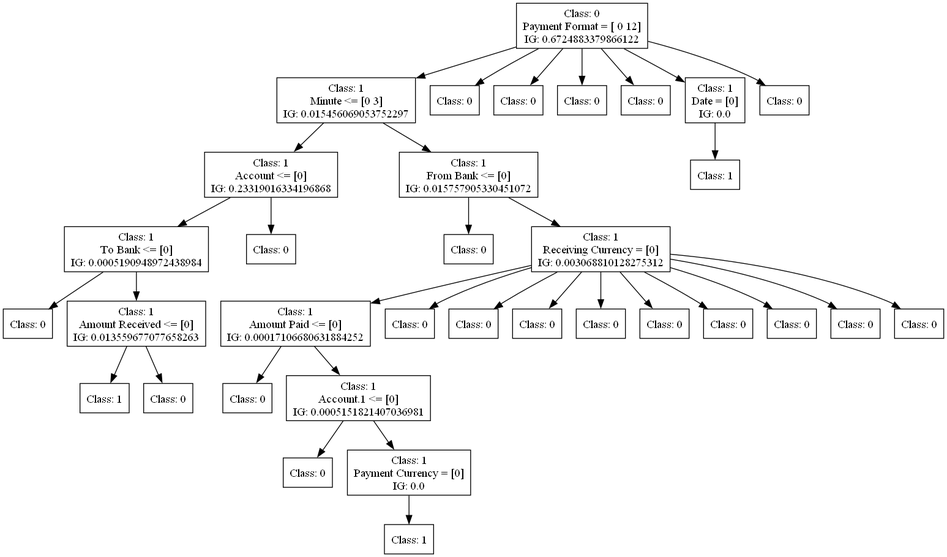
Earlier version of the Graphviz export dot_figs/tree-id3-oversampling-2.png (FedericoBruzzone/anti-money-laundering). Its source is kept beside it as dot_figs/tree-id3-oversampling-2.dot.
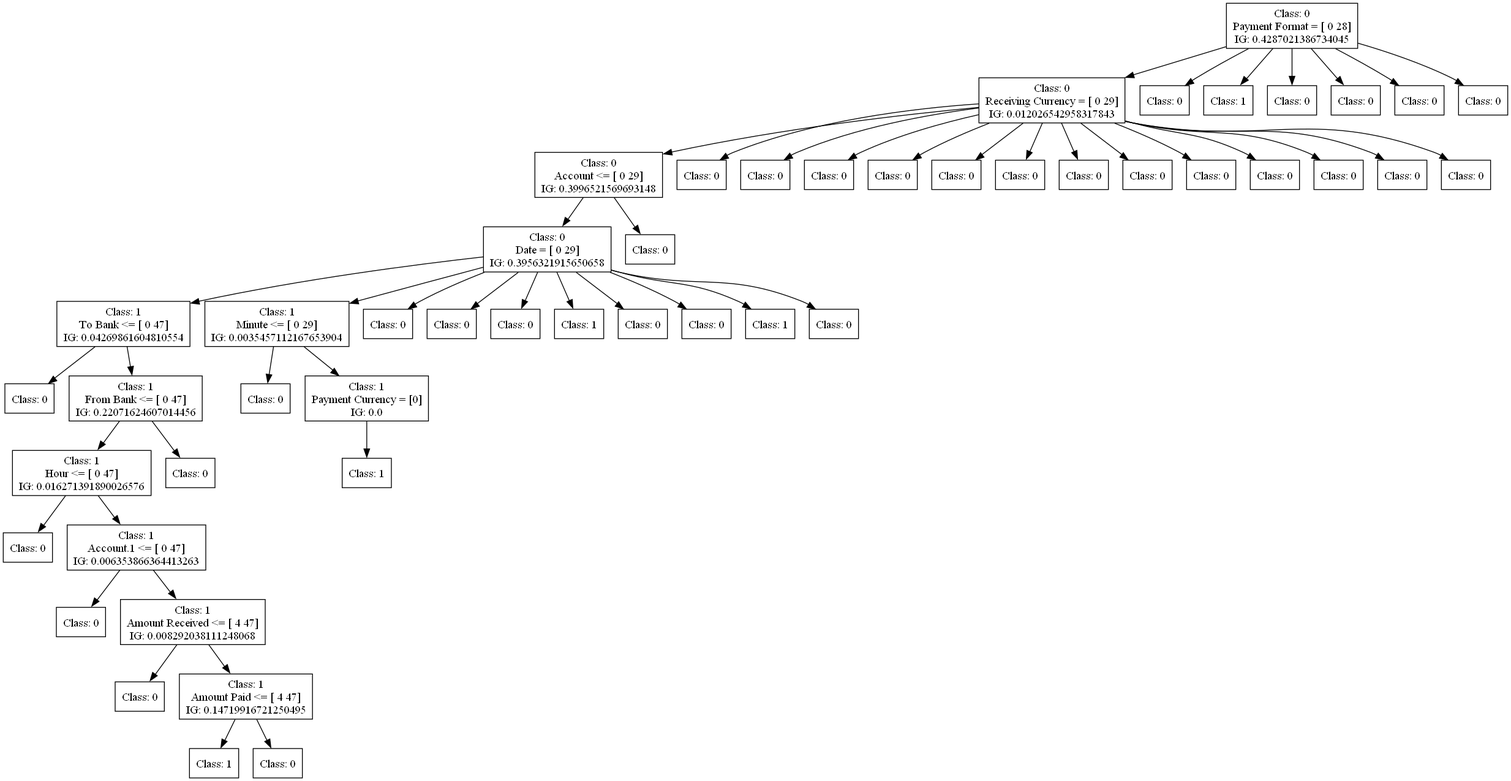
After the commit.

Change to the diagram source:
```diff
@@ -1,116 +1,162 @@
 digraph DecisionTree {
 	rankdir=TD;
 	node [shape=box];
-	2150827642016 [label="Class: 0
-Payment Format = [ 0 12]
-IG: 0.6724883379866122"];
-	2150864722704 [label="Class: 1
-Minute <= [0 3]
-IG: 0.015456069053752297"];
-	2150827642016 -> 2150864722704;
-	2150864731968 [label="Class: 1
-Account <= [0]
-IG: 0.23319016334196868"];
-	2150864722704 -> 2150864731968;
-	2150892034448 [label="Class: 1
-To Bank <= [0]
-IG: 0.0005190948972438984"];
-	2150864731968 -> 2150892034448;
-	2150827646576 [label="Class: 0
+	1903593376016 [label="Class: 0
+Payment Format = [ 0 28]
+IG: 0.4287021386734045"];
+	1903593386288 [label="Class: 0
+Receiving Currency = [ 0 29]
+IG: 0.012026542958317843"];
+	1903593376016 -> 1903593386288;
+	1903593380672 [label="Class: 0
+Account <= [ 0 29]
+IG: 0.3996521569693148"];
+	1903593386288 -> 1903593380672;
+	1903593387920 [label="Class: 0
+Date = [ 0 29]
+IG: 0.3956321915650658"];
+	1903593380672 -> 1903593387920;
+	1903593387344 [label="Class: 1
+To Bank <= [ 0 47]
+IG: 0.04269861604810554"];
+	1903593387920 -> 1903593387344;
+	1903593389216 [label="Class: 0
 "];
-	2150892034448 -> 2150827646576;
-	2150827648352 [label="Class: 1
-Amount Received <= [0]
-IG: 0.013559677077658263"];
-	2150892034448 -> 2150827648352;
-	2150864716224 [label="Class: 1
+	1903593387344 -> 1903593389216;
+	1903593389648 [label="Class: 1
+From Bank <= [ 0 47]
+IG: 0.22071624607014456"];
+	1903593387344 -> 1903593389648;
+	1903593389936 [label="Class: 1
+Hour <= [ 0 47]
+IG: 0.016271391890026576"];
+	1903593389648 -> 1903593389936;
+	1903593389552 [label="Class: 0
 "];
-	2150827648352 -> 2150864716224;
-	2150864717760 [label="Class: 0
+	1903593389936 -> 1903593389552;
+	1903593386768 [label="Class: 1
+Account.1 <= [ 0 47]
+IG: 0.006353866364413263"];
+	1903593389936 -> 1903593386768;
+	1903593383984 [label="Class: 0
 "];
-	2150827648352 -> 2150864717760;
-	2150892034880 [label="Class: 0
+	1903593386768 -> 1903593383984;
+	1903593382160 [label="Class: 1
+Amount Received <= [ 4 47]
+IG: 0.008292038111248068"];
+	1903593386768 -> 1903593382160;
+	1905423632416 [label="Class: 0
 "];
-	2150864731968 -> 2150892034880;
-	2150864725488 [label="Class: 1
-From Bank <= [0]
-IG: 0.015757905330451072"];
-	2150864722704 -> 2150864725488;
-	2150864720160 [label="Class: 0
+	1903593382160 -> 1905423632416;
+	1905423632848 [label="Class: 1
+Amount Paid <= [ 4 47]
+IG: 0.14719916721250495"];
+	1903593382160 -> 1905423632848;
+	1905423633136 [label="Class: 1
 "];
-	2150864725488 -> 2150864720160;
-	2150864728032 [label="Class: 1
-Receiving Currency = [0]
-IG: 0.003068810128275312"];
-	2150864725488 -> 2150864728032;
-	2150864729520 [label="Class: 1
-Amount Paid <= [0]
-IG: 0.00017106680631884252"];
-	2150864728032 -> 2150864729520;
-	2150892032864 [label="Class: 0
+	1905423632848 -> 1905423633136;
+	1905423633568 [label="Class: 0
 "];
-	2150864729520 -> 2150892032864;
-	2150892033344 [label="Class: 1
-Account.1 <= [0]
-IG: 0.0005151821407036981"];
-	2150864729520 -> 2150892033344;
-	2150892037232 [label="Class: 0
+	1905423632848 -> 1905423633568;
+	1903593390032 [label="Class: 0
 "];
-	2150892033344 -> 2150892037232;
-	2150892032960 [label="Class: 1
+	1903593389648 -> 1903593390032;
+	1903593385952 [label="Class: 1
+Minute <= [ 0 29]
+IG: 0.0035457112167653904"];
+	1903593387920 -> 1903593385952;
+	1905423633856 [label="Class: 0
+"];
+	1903593385952 -> 1905423633856;
+	1905423634288 [label="Class: 1
 Payment Currency = [0]
 IG: 0.0"];
-	2150892033344 -> 2150892032960;
-	2150892038864 [label="Class: 1
+	1903593385952 -> 1905423634288;
+	1905423633808 [label="Class: 1
 "];
-	2150892032960 -> 2150892038864;
-	2150864731056 [label="Class: 0
+	1905423634288 -> 1905423633808;
+	1903593386240 [label="Class: 0
 "];
-	2150864728032 -> 2150864731056;
-	2150864731872 [label="Class: 0
+	1903593387920 -> 1903593386240;
+	1903593387152 [label="Class: 0
 "];
-	2150864728032 -> 2150864731872;
-	2150864728800 [label="Class: 0
+	1903593387920 -> 1903593387152;
+	1903593381920 [label="Class: 0
 "];
-	2150864728032 -> 2150864728800;
-	2150864728656 [label="Class: 0
+	1903593387920 -> 1903593381920;
+	1903593388304 [label="Class: 1
 "];
-	2150864728032 -> 2150864728656;
-	2150864729904 [label="Class: 0
+	1903593387920 -> 1903593388304;
+	1903593385616 [label="Class: 0
 "];
-	2150864728032 -> 2150864729904;
-	2150864730384 [label="Class: 0
+	1903593387920 -> 1903593385616;
+	1903593388400 [label="Class: 0
 "];
-	2150864728032 -> 2150864730384;
-	2150864724672 [label="Class: 0
+	1903593387920 -> 1903593388400;
+	1903593384752 [label="Class: 1
 "];
-	2150864728032 -> 2150864724672;
-	2150864732064 [label="Class: 0
+	1903593387920 -> 1903593384752;
+	1903593387728 [label="Class: 0
 "];
-	2150864728032 -> 2150864732064;
-	2150864731920 [label="Class: 0
+	1903593387920 -> 1903593387728;
+	1903593388352 [label="Class: 0
 "];
-	2150864728032 -> 2150864731920;
-	2150864723040 [label="Class: 0
+	1903593380672 -> 1903593388352;
+	1903593382592 [label="Class: 0
 "];
-	2150827642016 -> 2150864723040;
-	2150864721072 [label="Class: 0
+	1903593386288 -> 1903593382592;
+	1903593383792 [label="Class: 0
 "];
-	2150827642016 -> 2150864721072;
-	2150864722512 [label="Class: 0
+	1903593386288 -> 1903593383792;
+	1903593385664 [label="Class: 0
 "];
-	2150827642016 -> 2150864722512;
-	2150864722176 [label="Class: 0
+	1903593386288 -> 1903593385664;
+	1903593383744 [label="Class: 0
 "];
-	2150827642016 -> 2150864722176;
-	2150864721456 [label="Class: 1
-Date = [0]
-IG: 0.0"];
-	2150827642016 -> 2150864721456;
-	2150892040640 [label="Class: 1
+	1903593386288 -> 1903593383744;
+	1903593382976 [label="Class: 0
 "];
-	2150864721456 -> 2150892040640;
-	2150864718768 [label="Class: 0
+	1903593386288 -> 1903593382976;
+	1903593385232 [label="Class: 0
 "];
-	2150827642016 -> 2150864718768;
+	1903593386288 -> 1903593385232;
+	1903593385808 [label="Class: 0
+"];
+	1903593386288 -> 1903593385808;
+	1903593382304 [label="Class: 0
+"];
+	1903593386288 -> 1903593382304;
+	1903593386384 [label="Class: 0
+"];
+	1903593386288 -> 1903593386384;
+	1903593386912 [label="Class: 0
+"];
+	1903593386288 -> 1903593386912;
+	1903593385136 [label="Class: 0
+"];
+	1903593386288 -> 1903593385136;
+	1903593383264 [label="Class: 0
+"];
+	1903593386288 -> 1903593383264;
+	1903593383888 [label="Class: 0
+"];
+	1903593386288 -> 1903593383888;
+	1903593386624 [label="Class: 0
+"];
+	1903593376016 -> 1903593386624;
+	1903593385040 [label="Class: 1
+"];
+	1903593376016 -> 1903593385040;
+	1903593383648 [label="Class: 0
+"];
+	1903593376016 -> 1903593383648;
+	1903593386096 [label="Class: 0
+"];
+	1903593376016 -> 1903593386096;
+	1903593385856 [label="Class: 0
+"];
+	1903593376016 -> 1903593385856;
+	1903593377744 [label="Class: 0
+"];
+	1903593376016 -> 1903593377744;
 }
```
